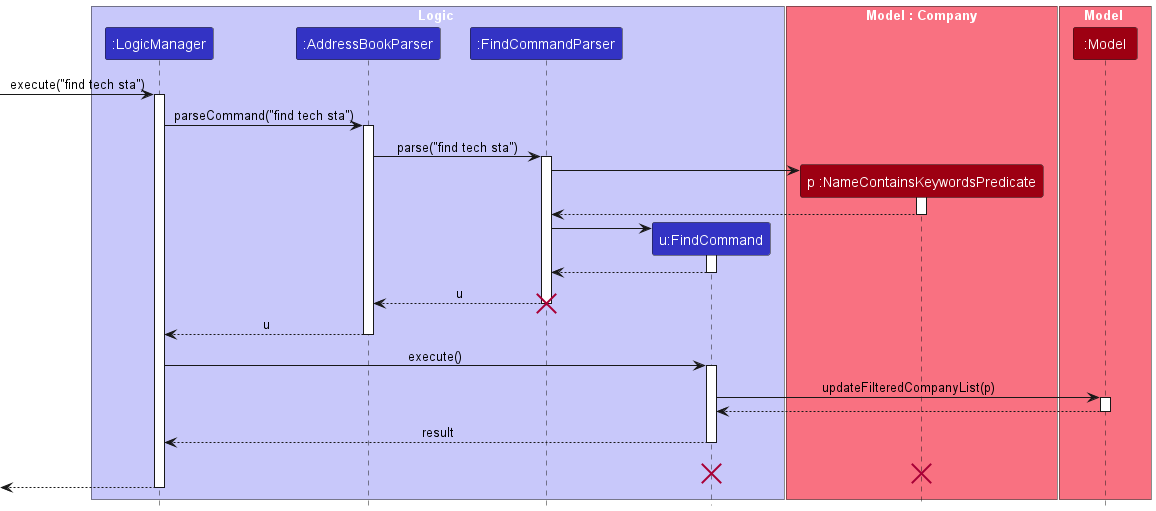
The PlantUML diagram docs/images/FindCompanySequenceDiagram.png in tayruxin/tp, before a commit. The source it was exported from:
```plantuml
@startuml
!include style.puml
skinparam ArrowFontStyle plain

box Logic LOGIC_COLOR_T1
participant ":LogicManager" as LogicManager LOGIC_COLOR
participant ":AddressBookParser" as AddressBookParser LOGIC_COLOR
participant ":FindCommandParser" as FindCommandParser LOGIC_COLOR
participant "u:FindCommand" as FindCommand LOGIC_COLOR
end box

box "Model : Company" MODEL_COLOR_T1
participant "p :NameContainsKeywordsPredicate" as NameContainsKeywordsPredicate MODEL_COLOR
end box

box Model MODEL_COLOR_T1
participant ":Model" as Model MODEL_COLOR
end box

[-> LogicManager : execute("find tech sta")
activate LogicManager

LogicManager -> AddressBookParser : parseCommand("find tech sta")
activate AddressBookParser

AddressBookParser -> FindCommandParser : parse("find tech sta")
activate FindCommandParser

create NameContainsKeywordsPredicate
FindCommandParser -> NameContainsKeywordsPredicate
activate NameContainsKeywordsPredicate

NameContainsKeywordsPredicate --> FindCommandParser
deactivate NameContainsKeywordsPredicate

create FindCommand
FindCommandParser -> FindCommand
activate FindCommand

FindCommand --> FindCommandParser
deactivate FindCommand

FindCommandParser --> AddressBookParser : u
deactivate FindCommandParser
destroy FindCommandParser

AddressBookParser --> LogicManager : u
deactivate AddressBookParser

LogicManager -> FindCommand : execute()
activate FindCommand

FindCommand -> Model : updateFilteredCompanyList(p)
activate Model

Model --> FindCommand
deactivate Model

FindCommand --> LogicManager : result
deactivate FindCommand
FindCommand -[hidden]-> LogicManager : result
destroy FindCommand
destroy NameContainsKeywordsPredicate

[<--LogicManager
deactivate LogicManager
@enduml
```
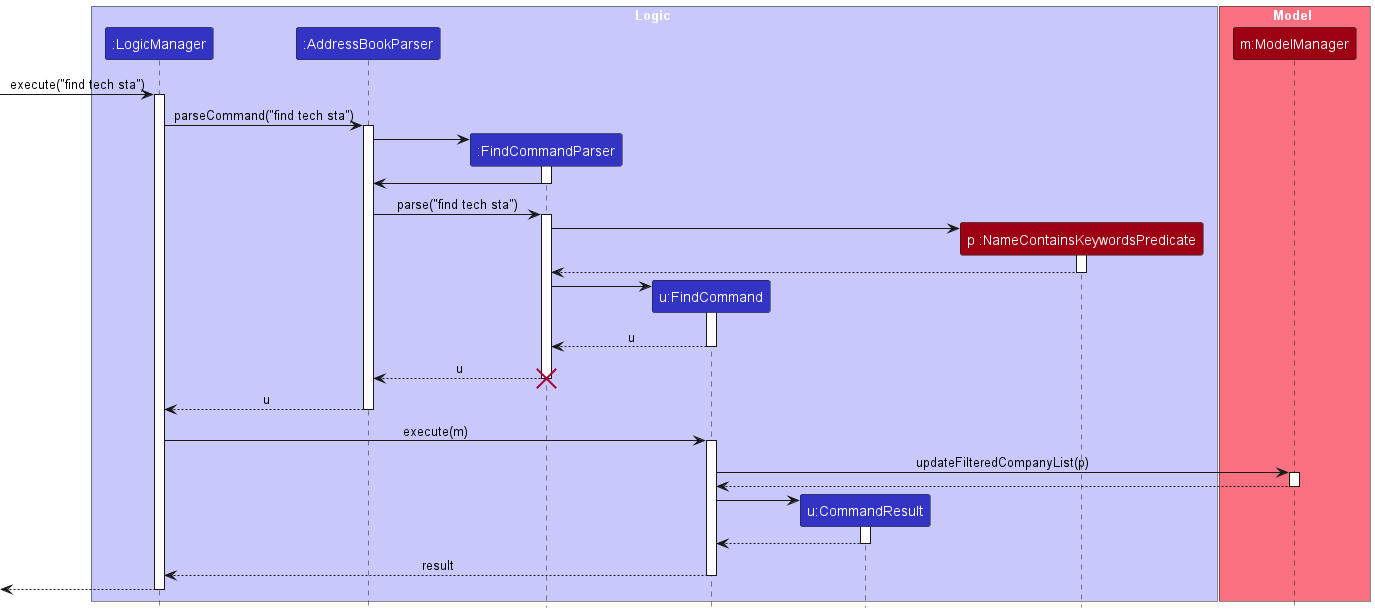
Above is the later version.

What changed in the source:
```diff
@@ -7,14 +7,12 @@
 participant ":AddressBookParser" as AddressBookParser LOGIC_COLOR
 participant ":FindCommandParser" as FindCommandParser LOGIC_COLOR
 participant "u:FindCommand" as FindCommand LOGIC_COLOR
-end box
-
-box "Model : Company" MODEL_COLOR_T1
+participant "u:CommandResult" as CommandResult LOGIC_COLOR
 participant "p :NameContainsKeywordsPredicate" as NameContainsKeywordsPredicate MODEL_COLOR
 end box
 
 box Model MODEL_COLOR_T1
-participant ":Model" as Model MODEL_COLOR
+participant "m:ModelManager" as Model MODEL_COLOR
 end box
 
 [-> LogicManager : execute("find tech sta")
@@ -22,6 +20,13 @@
 
 LogicManager -> AddressBookParser : parseCommand("find tech sta")
 activate AddressBookParser
+
+create FindCommandParser
+AddressBookParser -> FindCommandParser
+activate FindCommandParser
+
+FindCommandParser -> AddressBookParser
+deactivate FindCommandParser
 
 AddressBookParser -> FindCommandParser : parse("find tech sta")
 activate FindCommandParser
@@ -37,7 +42,7 @@
 FindCommandParser -> FindCommand
 activate FindCommand
 
-FindCommand --> FindCommandParser
+FindCommand --> FindCommandParser : u
 deactivate FindCommand
 
 FindCommandParser --> AddressBookParser : u
@@ -47,7 +52,7 @@
 AddressBookParser --> LogicManager : u
 deactivate AddressBookParser
 
-LogicManager -> FindCommand : execute()
+LogicManager -> FindCommand : execute(m)
 activate FindCommand
 
 FindCommand -> Model : updateFilteredCompanyList(p)
@@ -56,11 +61,15 @@
 Model --> FindCommand
 deactivate Model
 
+create CommandResult
+FindCommand -> CommandResult
+activate CommandResult
+
+CommandResult --> FindCommand
+deactivate CommandResult
+
 FindCommand --> LogicManager : result
 deactivate FindCommand
-FindCommand -[hidden]-> LogicManager : result
-destroy FindCommand
-destroy NameContainsKeywordsPredicate
 
 [<--LogicManager
 deactivate LogicManager
```
